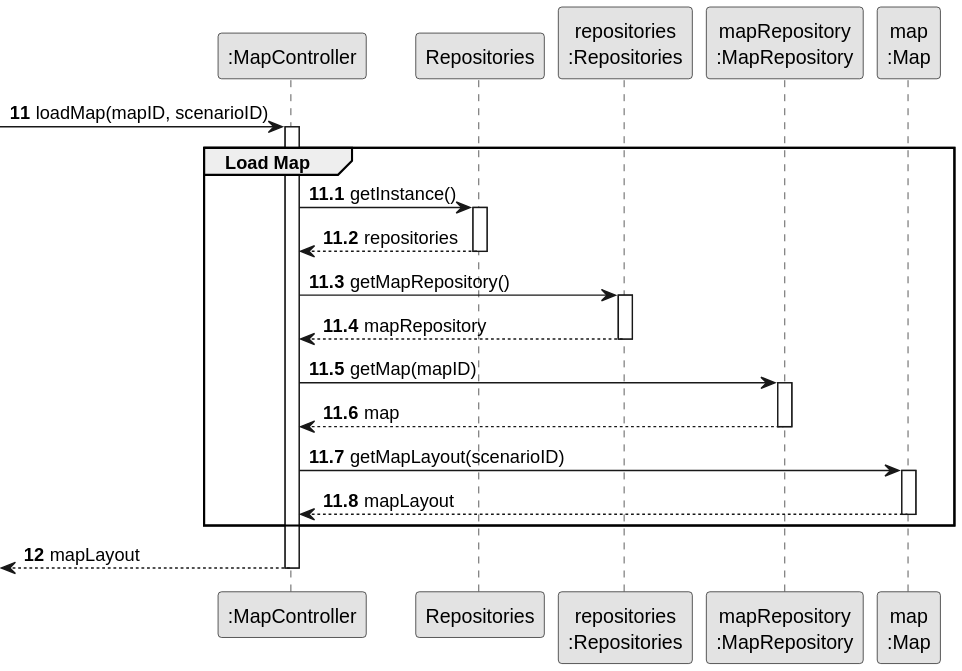
Earlier version of the PlantUML export docs/system-documentation/Sprint 3/US05/03.design/svg/US05-SD-partial-load-selected-map.svg (HenriqueSilva18/Railway-Network-Simulator). Source of this version:
```plantuml
@startuml
skinparam monochrome true
skinparam packageStyle rectangle
skinparam shadowing false

participant ":MapController" as CTRL
participant "Repositories" as REPOS
participant "repositories\n:Repositories" as REPOS_SINGLETON
participant "mapRepository\n:MapRepository" as MAP_REPO
participant "map\n:Map" as MAP

autonumber 11
-> CTRL: loadMap(mapID, scenarioID)

autonumber 11.1
activate CTRL
    group Load Map
        CTRL -> REPOS: getInstance()
        activate REPOS
            REPOS --> CTRL: repositories
        deactivate REPOS

        CTRL -> REPOS_SINGLETON: getMapRepository()
        activate REPOS_SINGLETON
            REPOS_SINGLETON --> CTRL: mapRepository
        deactivate REPOS_SINGLETON

        CTRL -> MAP_REPO: getMap(mapID)
        activate MAP_REPO
            MAP_REPO --> CTRL: map
        deactivate MAP_REPO

        CTRL -> MAP: getMapLayout(scenarioID)
        activate MAP
            MAP --> CTRL: mapLayout
        deactivate MAP
    end

autonumber 12
    <-- CTRL: mapLayout
deactivate CTRL
@enduml
```
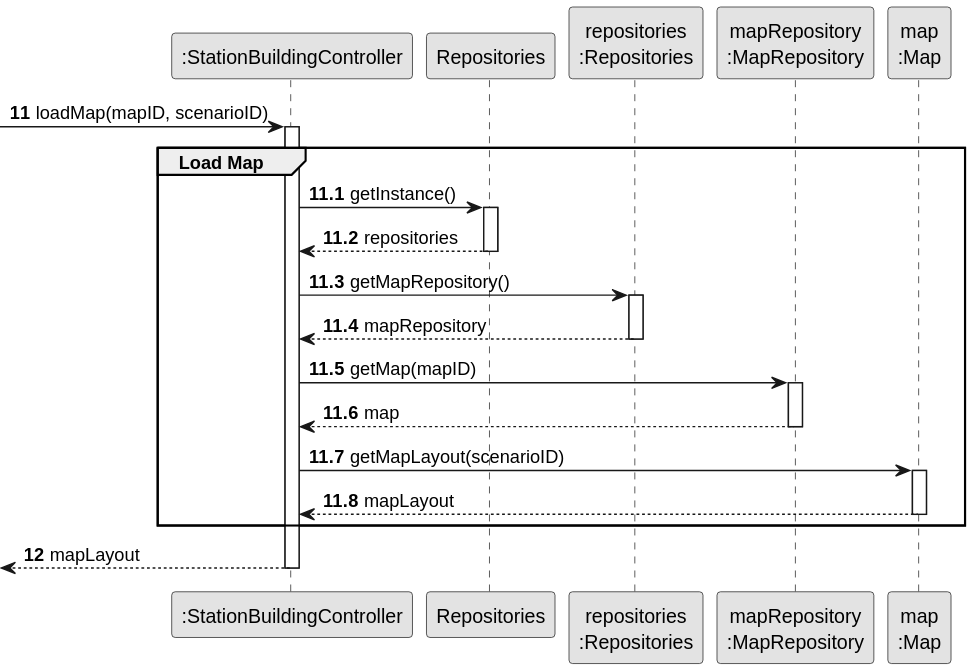
Above is the later version.

The edit, as a diff of the source:
```diff
@@ -3,7 +3,7 @@
 skinparam packageStyle rectangle
 skinparam shadowing false
 
-participant ":MapController" as CTRL
+participant ":StationBuildingController" as CTRL
 participant "Repositories" as REPOS
 participant "repositories\n:Repositories" as REPOS_SINGLETON
 participant "mapRepository\n:MapRepository" as MAP_REPO
```
